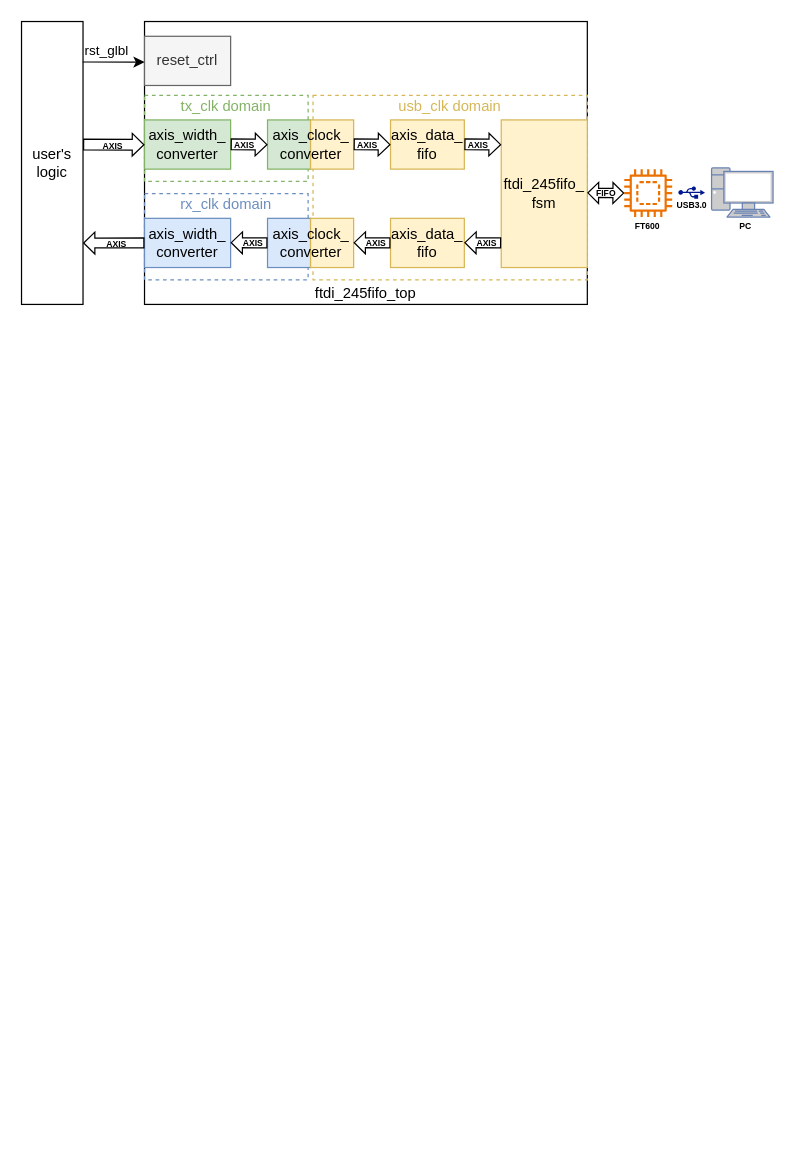
Before: page "USB" (2 of 3) of flow_chart/框图.drawio in hjh0920/vscode_web, a draw.io diagram. Source tidied: cells renumbered, new cells numbered last; positions are measured from the earlier drawing's top-left corner, leaving out a move shared by most shapes. Both pictures are drawn from the tidied source at 123%, with x=0, y=0 at pixel (21, 21).
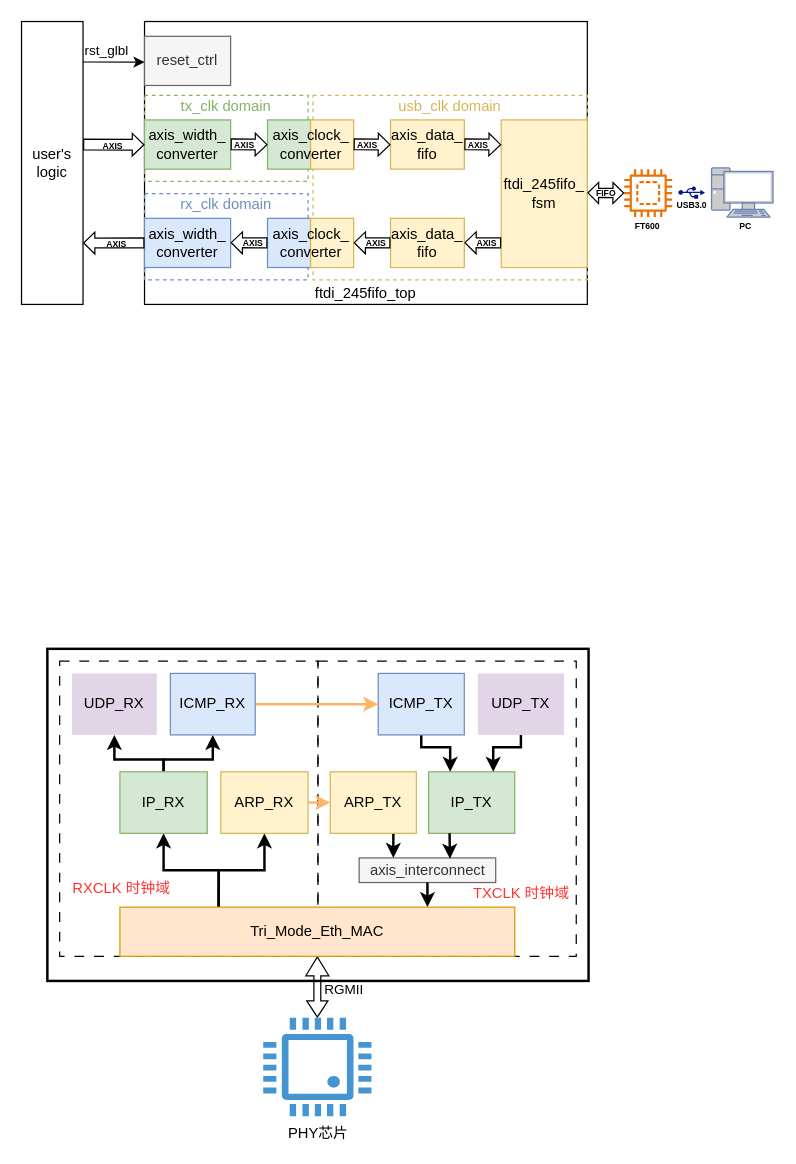
The same page after the edit.

Diff of the diagram source:
```diff
@@
+    <mxCell id="47" style="rounded=0;whiteSpace=wrap;html=1;fillColor=none;dashed=1;dashPattern=8 8;" parent="1" vertex="1">
+      <mxGeometry x="31" y="520" width="210" height="240" as="geometry" />
+    </mxCell>
+    <mxCell id="48" style="rounded=0;whiteSpace=wrap;html=1;fillColor=none;dashed=1;dashPattern=8 8;" parent="1" vertex="1">
+      <mxGeometry x="241" y="520" width="210" height="240" as="geometry" />
+    </mxCell>
@@
+    <mxCell id="49" style="edgeStyle=orthogonalEdgeStyle;rounded=0;jettySize=auto;html=1;exitX=0.25;exitY=0;exitDx=0;exitDy=0;entryX=0.5;entryY=1;entryDx=0;entryDy=0;strokeWidth=2;labelBorderColor=none;" parent="1" edge="1" source="53" target="65">
+      <mxGeometry relative="1" as="geometry" />
+    </mxCell>
+    <mxCell id="50" style="edgeStyle=orthogonalEdgeStyle;rounded=0;jettySize=auto;html=1;exitX=0.25;exitY=0;exitDx=0;exitDy=0;entryX=0.5;entryY=1;entryDx=0;entryDy=0;strokeWidth=2;labelBorderColor=none;" parent="1" edge="1" source="53" target="62">
+      <mxGeometry relative="1" as="geometry" />
+    </mxCell>
+    <mxCell id="51" style="edgeStyle=orthogonalEdgeStyle;rounded=0;jettySize=auto;html=1;exitX=0.5;exitY=1;exitDx=0;exitDy=0;shape=flexArrow;startArrow=block;width=5.590062111801242;endSize=4.072049689440994;startWidth=12.100613402260715;startSize=4.775155279503105;endWidth=10.609930172447049;" parent="1" edge="1" source="53" target="72">
+      <mxGeometry relative="1" as="geometry" />
+    </mxCell>
+    <mxCell id="52" value="RGMII" style="edgeLabel;html=1;align=center;verticalAlign=middle;labelBorderColor=none;" parent="51" vertex="1">
+      <mxGeometry x="-0.03" y="1" relative="1" as="geometry">
+        <mxPoint x="20" y="2" as="offset" />
+      </mxGeometry>
+    </mxCell>
+    <mxCell id="53" value="Tri_Mode_Eth_MAC" style="rounded=0;whiteSpace=wrap;html=1;fillColor=#ffe6cc;strokeColor=#d79b00;labelBorderColor=none;" parent="1" vertex="1">
+      <mxGeometry x="80" y="720" width="321" height="40" as="geometry" />
+    </mxCell>
+    <mxCell id="54" style="edgeStyle=orthogonalEdgeStyle;rounded=0;jettySize=auto;html=1;exitX=0.75;exitY=1;exitDx=0;exitDy=0;entryX=0.25;entryY=0;entryDx=0;entryDy=0;strokeWidth=2;labelBorderColor=none;" parent="1" edge="1" source="55" target="69">
+      <mxGeometry relative="1" as="geometry" />
+    </mxCell>
+    <mxCell id="55" value="ARP_TX" style="rounded=0;whiteSpace=wrap;html=1;fillColor=#fff2cc;strokeColor=#d6b656;labelBorderColor=none;" parent="1" vertex="1">
+      <mxGeometry x="251" y="610" width="70" height="50" as="geometry" />
+    </mxCell>
+    <mxCell id="56" value="IP_TX" style="rounded=0;whiteSpace=wrap;html=1;fillColor=#d5e8d4;strokeColor=#82b366;labelBorderColor=none;" parent="1" vertex="1">
+      <mxGeometry x="331" y="610" width="70" height="50" as="geometry" />
+    </mxCell>
+    <mxCell id="57" style="edgeStyle=orthogonalEdgeStyle;rounded=0;jettySize=auto;html=1;exitX=0.5;exitY=1;exitDx=0;exitDy=0;entryX=0.25;entryY=0;entryDx=0;entryDy=0;strokeWidth=2;labelBorderColor=none;" parent="1" edge="1" source="58" target="56">
+      <mxGeometry relative="1" as="geometry">
+        <Array as="points">
+          <mxPoint x="325" y="590" />
+          <mxPoint x="349" y="590" />
+        </Array>
+      </mxGeometry>
+    </mxCell>
+    <mxCell id="58" value="ICMP_TX" style="rounded=0;whiteSpace=wrap;html=1;fillColor=#dae8fc;strokeColor=#6c8ebf;labelBorderColor=none;" parent="1" vertex="1">
+      <mxGeometry x="290" y="530" width="70" height="50" as="geometry" />
+    </mxCell>
+    <mxCell id="59" style="edgeStyle=orthogonalEdgeStyle;rounded=0;jettySize=auto;html=1;exitX=0.5;exitY=1;exitDx=0;exitDy=0;entryX=0.75;entryY=0;entryDx=0;entryDy=0;strokeWidth=2;labelBorderColor=none;" parent="1" edge="1" source="60" target="56">
+      <mxGeometry relative="1" as="geometry">
+        <Array as="points">
+          <mxPoint x="406" y="590" />
+          <mxPoint x="384" y="590" />
+        </Array>
+      </mxGeometry>
+    </mxCell>
+    <mxCell id="60" value="UDP_TX" style="rounded=0;whiteSpace=wrap;html=1;fillColor=#e1d5e7;strokeColor=none;labelBorderColor=none;" parent="1" vertex="1">
+      <mxGeometry x="371" y="530" width="70" height="50" as="geometry" />
+    </mxCell>
+    <mxCell id="61" style="edgeStyle=orthogonalEdgeStyle;rounded=0;jettySize=auto;html=1;exitX=1;exitY=0.5;exitDx=0;exitDy=0;entryX=0;entryY=0.5;entryDx=0;entryDy=0;strokeColor=#FFB570;strokeWidth=2;labelBorderColor=none;" parent="1" edge="1" source="62" target="55">
+      <mxGeometry relative="1" as="geometry" />
+    </mxCell>
+    <mxCell id="62" value="ARP_RX" style="rounded=0;whiteSpace=wrap;html=1;fillColor=#fff2cc;strokeColor=#d6b656;labelBorderColor=none;" parent="1" vertex="1">
+      <mxGeometry x="162" y="610" width="71" height="50" as="geometry" />
+    </mxCell>
+    <mxCell id="63" style="edgeStyle=orthogonalEdgeStyle;rounded=0;jettySize=auto;html=1;exitX=0.5;exitY=0;exitDx=0;exitDy=0;entryX=0.5;entryY=1;entryDx=0;entryDy=0;strokeWidth=2;labelBorderColor=none;" parent="1" edge="1" source="65" target="68">
+      <mxGeometry relative="1" as="geometry">
+        <Array as="points">
+          <mxPoint x="115" y="600" />
+          <mxPoint x="75" y="600" />
+        </Array>
+      </mxGeometry>
+    </mxCell>
+    <mxCell id="64" style="edgeStyle=orthogonalEdgeStyle;rounded=0;jettySize=auto;html=1;exitX=0.5;exitY=0;exitDx=0;exitDy=0;entryX=0.5;entryY=1;entryDx=0;entryDy=0;strokeWidth=2;labelBorderColor=none;" parent="1" edge="1" source="65" target="67">
+      <mxGeometry relative="1" as="geometry">
+        <Array as="points">
+          <mxPoint x="115" y="600" />
+          <mxPoint x="155" y="600" />
+        </Array>
+      </mxGeometry>
+    </mxCell>
+    <mxCell id="65" value="IP_RX" style="rounded=0;whiteSpace=wrap;html=1;fillColor=#d5e8d4;strokeColor=#82b366;labelBorderColor=none;" parent="1" vertex="1">
+      <mxGeometry x="80" y="610" width="71" height="50" as="geometry" />
+    </mxCell>
+    <mxCell id="66" style="edgeStyle=orthogonalEdgeStyle;rounded=0;jettySize=auto;html=1;exitX=1;exitY=0.5;exitDx=0;exitDy=0;entryX=0;entryY=0.5;entryDx=0;entryDy=0;strokeColor=#FFB366;strokeWidth=2;labelBorderColor=none;" parent="1" edge="1" source="67" target="58">
+      <mxGeometry relative="1" as="geometry" />
+    </mxCell>
+    <mxCell id="67" value="ICMP_RX" style="rounded=0;whiteSpace=wrap;html=1;fillColor=#dae8fc;strokeColor=#6c8ebf;labelBorderColor=none;" parent="1" vertex="1">
+      <mxGeometry x="121" y="530" width="69" height="50" as="geometry" />
+    </mxCell>
+    <mxCell id="68" value="UDP_RX" style="rounded=0;whiteSpace=wrap;html=1;fillColor=#e1d5e7;strokeColor=none;labelBorderColor=none;" parent="1" vertex="1">
+      <mxGeometry x="41" y="530" width="69" height="50" as="geometry" />
+    </mxCell>
+    <mxCell id="69" value="axis_interconnect" style="rounded=0;whiteSpace=wrap;html=1;labelBorderColor=none;fillColor=#f5f5f5;fontColor=#333333;strokeColor=#666666;" parent="1" vertex="1">
+      <mxGeometry x="274.5" y="680" width="111" height="20" as="geometry" />
+    </mxCell>
+    <mxCell id="70" style="edgeStyle=orthogonalEdgeStyle;rounded=0;orthogonalLoop=1;jettySize=auto;html=1;entryX=0.665;entryY=0.084;entryDx=0;entryDy=0;entryPerimeter=0;strokeWidth=2;labelBorderColor=none;" parent="1" edge="1">
+      <mxGeometry relative="1" as="geometry">
+        <mxPoint x="348" y="660" as="sourcePoint" />
+        <mxPoint x="348.3" y="680.7" as="targetPoint" />
+      </mxGeometry>
+    </mxCell>
+    <mxCell id="71" style="edgeStyle=orthogonalEdgeStyle;rounded=0;jettySize=auto;html=1;exitX=0.5;exitY=1;exitDx=0;exitDy=0;entryX=0.779;entryY=0;entryDx=0;entryDy=0;entryPerimeter=0;strokeWidth=2;labelBorderColor=none;" parent="1" edge="1" source="69" target="53">
+      <mxGeometry relative="1" as="geometry" />
+    </mxCell>
+    <mxCell id="72" value="PHY芯片" style="shadow=0;dashed=0;html=1;strokeColor=none;fillColor=#4495D1;labelPosition=center;verticalLabelPosition=bottom;verticalAlign=top;align=center;outlineConnect=0;shape=mxgraph.veeam.cpu;" parent="1" vertex="1">
+      <mxGeometry x="196.5" y="810" width="88" height="80" as="geometry" />
+    </mxCell>
+    <mxCell id="73" value="RXCLK 时钟域" style="text;html=1;align=center;verticalAlign=middle;strokeColor=none;fillColor=none;fontColor=#FF3333;" parent="1" vertex="1">
+      <mxGeometry x="31" y="690" width="100" height="30" as="geometry" />
+    </mxCell>
+    <mxCell id="74" value="TXCLK 时钟域" style="text;html=1;align=center;verticalAlign=middle;strokeColor=none;fillColor=none;fontColor=#FF3333;" parent="1" vertex="1">
+      <mxGeometry x="356" y="694" width="100" height="30" as="geometry" />
+    </mxCell>
+    <mxCell id="75" style="rounded=0;whiteSpace=wrap;html=1;fillColor=none;strokeWidth=2;" parent="1" vertex="1">
+      <mxGeometry x="21" y="510" width="440" height="270" as="geometry" />
+    </mxCell>
```
